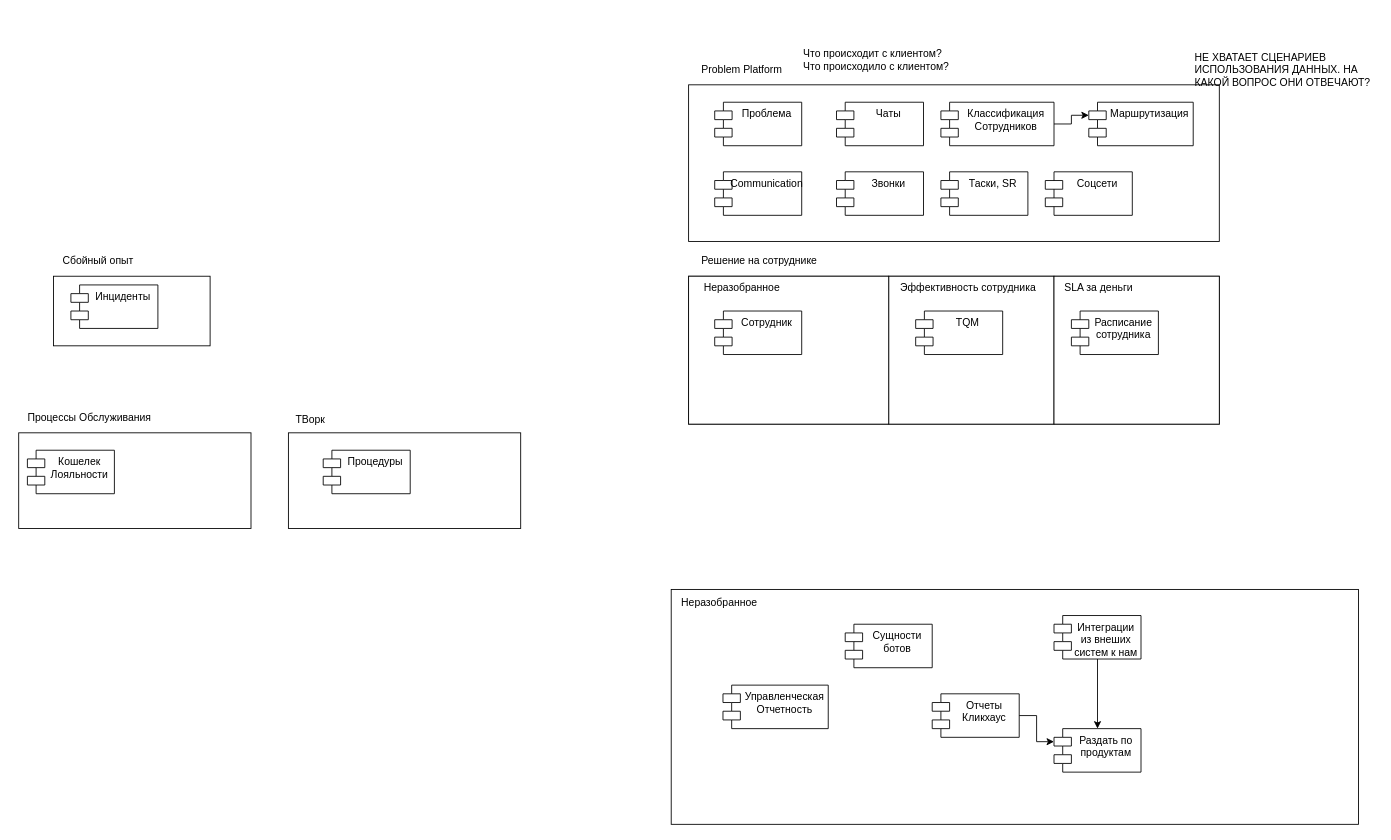
Earlier version of the draw.io diagram page "Page-4" (4 of 4) of common.drawio (alexAkselrod/uml). Source tidied: cells renumbered, new cells numbered last; positions are measured from the earlier drawing's top-left corner, leaving out a move shared by most shapes. Both pictures are drawn from the tidied source at 87%, with x=0, y=0 at pixel (15, 41).
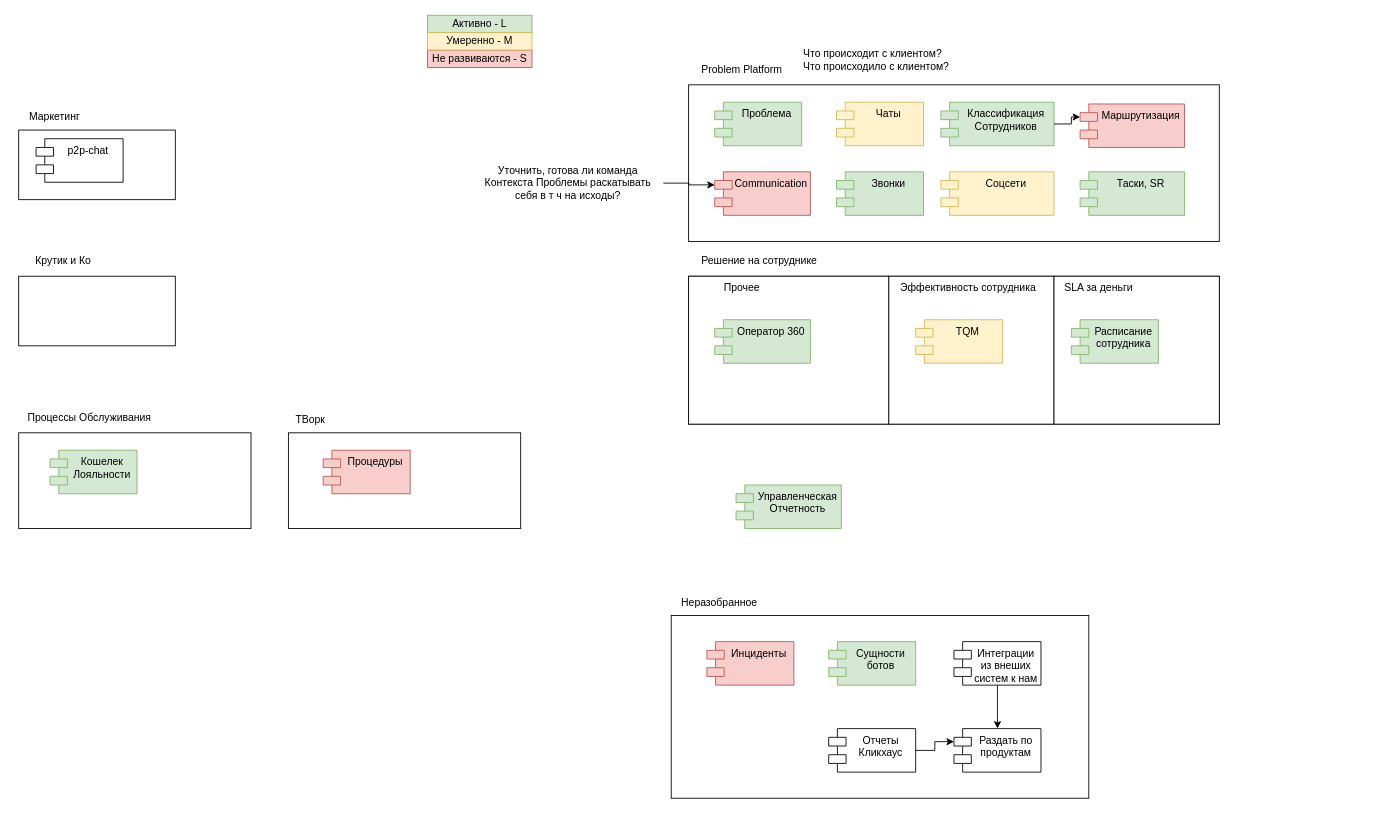
Above is the later version.

Diff of the diagram source:
```diff
@@
     <mxCell id="7" style="rounded=0;whiteSpace=wrap;html=1;" parent="1" vertex="1">
-      <mxGeometry x="44" y="270" width="180" height="80" as="geometry" />
+      <mxGeometry x="4" y="270" width="180" height="80" as="geometry" />
     </mxCell>
@@
     <mxCell id="9" style="rounded=0;whiteSpace=wrap;html=1;" parent="1" vertex="1">
-      <mxGeometry x="754" y="630" width="790" height="270" as="geometry" />
+      <mxGeometry x="754" y="660" width="480" height="210" as="geometry" />
     </mxCell>
-    <mxCell id="10" value="&lt;div&gt;Звонки&lt;/div&gt;" style="shape=module;align=left;spacingLeft=20;align=center;verticalAlign=top;whiteSpace=wrap;html=1;" parent="1" vertex="1">
+    <mxCell id="10" value="&lt;div&gt;Звонки&lt;/div&gt;" style="shape=module;align=left;spacingLeft=20;align=center;verticalAlign=top;whiteSpace=wrap;html=1;fillColor=#d5e8d4;strokeColor=#82b366;" parent="1" vertex="1">
       <mxGeometry x="944" y="150" width="100" height="50" as="geometry" />
     </mxCell>
-    <mxCell id="11" value="Чаты" style="shape=module;align=left;spacingLeft=20;align=center;verticalAlign=top;whiteSpace=wrap;html=1;" parent="1" vertex="1">
+    <mxCell id="11" value="Чаты" style="shape=module;align=left;spacingLeft=20;align=center;verticalAlign=top;whiteSpace=wrap;html=1;fillColor=#fff2cc;strokeColor=#d6b656;" parent="1" vertex="1">
       <mxGeometry x="944" y="70" width="100" height="50" as="geometry" />
     </mxCell>
-    <mxCell id="12" value="Таски, SR" style="shape=module;align=left;spacingLeft=20;align=center;verticalAlign=top;whiteSpace=wrap;html=1;" parent="1" vertex="1">
-      <mxGeometry x="1064" y="150" width="100" height="50" as="geometry" />
+    <mxCell id="12" value="Таски, SR" style="shape=module;align=left;spacingLeft=20;align=center;verticalAlign=top;whiteSpace=wrap;html=1;fillColor=#d5e8d4;strokeColor=#82b366;" parent="1" vertex="1">
+      <mxGeometry x="1224" y="150" width="120" height="50" as="geometry" />
     </mxCell>
-    <mxCell id="13" value="Communication" style="shape=module;align=left;spacingLeft=20;align=center;verticalAlign=top;whiteSpace=wrap;html=1;" parent="1" vertex="1">
-      <mxGeometry x="804" y="150" width="100" height="50" as="geometry" />
+    <mxCell id="13" value="Communication" style="shape=module;align=left;spacingLeft=20;align=center;verticalAlign=top;whiteSpace=wrap;html=1;fillColor=#f8cecc;strokeColor=#b85450;" parent="1" vertex="1">
+      <mxGeometry x="804" y="150" width="110" height="50" as="geometry" />
     </mxCell>
-    <mxCell id="14" value="Проблема" style="shape=module;align=left;spacingLeft=20;align=center;verticalAlign=top;whiteSpace=wrap;html=1;" parent="1" vertex="1">
+    <mxCell id="14" value="Проблема" style="shape=module;align=left;spacingLeft=20;align=center;verticalAlign=top;whiteSpace=wrap;html=1;fillColor=#d5e8d4;strokeColor=#82b366;" parent="1" vertex="1">
       <mxGeometry x="804" y="70" width="100" height="50" as="geometry" />
     </mxCell>
-    <mxCell id="15" value="Процедуры" style="shape=module;align=left;spacingLeft=20;align=center;verticalAlign=top;whiteSpace=wrap;html=1;" parent="1" vertex="1">
+    <mxCell id="15" value="Процедуры" style="shape=module;align=left;spacingLeft=20;align=center;verticalAlign=top;whiteSpace=wrap;html=1;fillColor=#f8cecc;strokeColor=#b85450;" parent="1" vertex="1">
       <mxGeometry x="354" y="470" width="100" height="50" as="geometry" />
     </mxCell>
-    <mxCell id="16" value="Соцсети" style="shape=module;align=left;spacingLeft=20;align=center;verticalAlign=top;whiteSpace=wrap;html=1;" parent="1" vertex="1">
-      <mxGeometry x="1184" y="150" width="100" height="50" as="geometry" />
+    <mxCell id="16" value="Соцсети" style="shape=module;align=left;spacingLeft=20;align=center;verticalAlign=top;whiteSpace=wrap;html=1;fillColor=#fff2cc;strokeColor=#d6b656;" parent="1" vertex="1">
+      <mxGeometry x="1064" y="150" width="130" height="50" as="geometry" />
     </mxCell>
-    <mxCell id="17" value="TQM" style="shape=module;align=left;spacingLeft=20;align=center;verticalAlign=top;whiteSpace=wrap;html=1;" parent="1" vertex="1">
-      <mxGeometry x="1035" y="310" width="100" height="50" as="geometry" />
+    <mxCell id="17" value="TQM" style="shape=module;align=left;spacingLeft=20;align=center;verticalAlign=top;whiteSpace=wrap;html=1;fillColor=#fff2cc;strokeColor=#d6b656;" parent="1" vertex="1">
+      <mxGeometry x="1035" y="320" width="100" height="50" as="geometry" />
     </mxCell>
-    <mxCell id="18" value="Расписание сотрудника" style="shape=module;align=left;spacingLeft=20;align=center;verticalAlign=top;whiteSpace=wrap;html=1;" parent="1" vertex="1">
-      <mxGeometry x="1214" y="310" width="100" height="50" as="geometry" />
+    <mxCell id="18" value="Расписание сотрудника" style="shape=module;align=left;spacingLeft=20;align=center;verticalAlign=top;whiteSpace=wrap;html=1;fillColor=#d5e8d4;strokeColor=#82b366;" parent="1" vertex="1">
+      <mxGeometry x="1214" y="320" width="100" height="50" as="geometry" />
     </mxCell>
-    <mxCell id="19" value="Инциденты" style="shape=module;align=left;spacingLeft=20;align=center;verticalAlign=top;whiteSpace=wrap;html=1;" parent="1" vertex="1">
-      <mxGeometry x="64" y="280" width="100" height="50" as="geometry" />
+    <mxCell id="19" value="Инциденты" style="shape=module;align=left;spacingLeft=20;align=center;verticalAlign=top;whiteSpace=wrap;html=1;fillColor=#f8cecc;strokeColor=#b85450;" parent="1" vertex="1">
+      <mxGeometry x="795" y="690" width="100" height="50" as="geometry" />
     </mxCell>
-    <mxCell id="20" value="Кошелек Лояльности" style="shape=module;align=left;spacingLeft=20;align=center;verticalAlign=top;whiteSpace=wrap;html=1;" parent="1" vertex="1">
-      <mxGeometry x="14" y="470" width="100" height="50" as="geometry" />
+    <mxCell id="20" value="Кошелек Лояльности" style="shape=module;align=left;spacingLeft=20;align=center;verticalAlign=top;whiteSpace=wrap;html=1;fillColor=#d5e8d4;strokeColor=#82b366;" parent="1" vertex="1">
+      <mxGeometry x="40" y="470" width="100" height="50" as="geometry" />
     </mxCell>
-    <mxCell id="21" value="Маршрутизация" style="shape=module;align=left;spacingLeft=20;align=center;verticalAlign=top;whiteSpace=wrap;html=1;" parent="1" vertex="1">
-      <mxGeometry x="1234" y="70" width="120" height="50" as="geometry" />
+    <mxCell id="21" value="Маршрутизация" style="shape=module;align=left;spacingLeft=20;align=center;verticalAlign=top;whiteSpace=wrap;html=1;fillColor=#f8cecc;strokeColor=#b85450;" parent="1" vertex="1">
+      <mxGeometry x="1224" y="72" width="120" height="50" as="geometry" />
     </mxCell>
     <mxCell id="22" value="Отчеты Кликхаус" style="shape=module;align=left;spacingLeft=20;align=center;verticalAlign=top;whiteSpace=wrap;html=1;" parent="1" vertex="1">
-      <mxGeometry x="1054" y="750" width="100" height="50" as="geometry" />
+      <mxGeometry x="935" y="790" width="100" height="50" as="geometry" />
     </mxCell>
@@
     <mxCell id="24" value="Интеграции из внеших систем к нам" style="shape=module;align=left;spacingLeft=20;align=center;verticalAlign=top;whiteSpace=wrap;html=1;" parent="1" vertex="1">
-      <mxGeometry x="1194" y="660" width="100" height="50" as="geometry" />
+      <mxGeometry x="1079" y="690" width="100" height="50" as="geometry" />
     </mxCell>
     <mxCell id="25" value="Раздать по продуктам" style="shape=module;align=left;spacingLeft=20;align=center;verticalAlign=top;whiteSpace=wrap;html=1;" parent="1" vertex="1">
-      <mxGeometry x="1194" y="790" width="100" height="50" as="geometry" />
+      <mxGeometry x="1079" y="790" width="100" height="50" as="geometry" />
     </mxCell>
-    <mxCell id="26" value="Сущности ботов" style="shape=module;align=left;spacingLeft=20;align=center;verticalAlign=top;whiteSpace=wrap;html=1;" parent="1" vertex="1">
-      <mxGeometry x="954" y="670" width="100" height="50" as="geometry" />
+    <mxCell id="26" value="Сущности ботов" style="shape=module;align=left;spacingLeft=20;align=center;verticalAlign=top;whiteSpace=wrap;html=1;fillColor=#d5e8d4;strokeColor=#82b366;" parent="1" vertex="1">
+      <mxGeometry x="935" y="690" width="100" height="50" as="geometry" />
     </mxCell>
-    <mxCell id="27" value="Управленческая Отчетность" style="shape=module;align=left;spacingLeft=20;align=center;verticalAlign=top;whiteSpace=wrap;html=1;" parent="1" vertex="1">
-      <mxGeometry x="813.5" y="740" width="121" height="50" as="geometry" />
+    <mxCell id="27" value="Управленческая Отчетность" style="shape=module;align=left;spacingLeft=20;align=center;verticalAlign=top;whiteSpace=wrap;html=1;fillColor=#d5e8d4;strokeColor=#82b366;" parent="1" vertex="1">
+      <mxGeometry x="828.5" y="510" width="121" height="50" as="geometry" />
     </mxCell>
@@
-    <mxCell id="31" value="НЕ ХВАТАЕТ СЦЕНАРИЕВ ИСПОЛЬЗОВАНИЯ ДАННЫХ. НА КАКОЙ ВОПРОС ОНИ ОТВЕЧАЮТ?" style="text;html=1;align=left;verticalAlign=middle;whiteSpace=wrap;rounded=0;" parent="1" vertex="1">
-      <mxGeometry x="1354" width="211" height="65" as="geometry" />
-    </mxCell>
@@
-    <mxCell id="33" value="Классификация Сотрудников" style="shape=module;align=left;spacingLeft=20;align=center;verticalAlign=top;whiteSpace=wrap;html=1;" parent="1" vertex="1">
+    <mxCell id="33" value="Классификация Сотрудников" style="shape=module;align=left;spacingLeft=20;align=center;verticalAlign=top;whiteSpace=wrap;html=1;fillColor=#d5e8d4;strokeColor=#82b366;" parent="1" vertex="1">
       <mxGeometry x="1064" y="70" width="130" height="50" as="geometry" />
     </mxCell>
-    <mxCell id="34" value="Сбойный опыт" style="text;html=1;align=center;verticalAlign=middle;strokeColor=none;fillColor=none;" parent="1" vertex="1">
-      <mxGeometry x="40" y="238" width="110" height="30" as="geometry" />
+    <mxCell id="34" value="Крутик и Ко" style="text;html=1;align=center;verticalAlign=middle;strokeColor=none;fillColor=none;" parent="1" vertex="1">
+      <mxGeometry x="10" y="238" width="90" height="30" as="geometry" />
     </mxCell>
@@
-    <mxCell id="42" value="Неразобранное" style="text;html=1;align=center;verticalAlign=middle;strokeColor=none;fillColor=none;" parent="1" vertex="1">
-      <mxGeometry x="780" y="268" width="110" height="30" as="geometry" />
+    <mxCell id="42" value="Прочее" style="text;html=1;align=center;verticalAlign=middle;strokeColor=none;fillColor=none;" parent="1" vertex="1">
+      <mxGeometry x="800" y="268" width="70" height="30" as="geometry" />
     </mxCell>
-    <mxCell id="43" value="Сотрудник" style="shape=module;align=left;spacingLeft=20;align=center;verticalAlign=top;whiteSpace=wrap;html=1;" parent="1" vertex="1">
-      <mxGeometry x="804" y="310" width="100" height="50" as="geometry" />
+    <mxCell id="43" value="Оператор 360" style="shape=module;align=left;spacingLeft=20;align=center;verticalAlign=top;whiteSpace=wrap;html=1;fillColor=#d5e8d4;strokeColor=#82b366;" parent="1" vertex="1">
+      <mxGeometry x="804" y="320" width="110" height="50" as="geometry" />
     </mxCell>
+    <mxCell id="44" value="Уточнить, готова ли команда&lt;br&gt;Контекста Проблемы раскатывать&lt;br&gt;себя в т ч на исходы?" style="text;html=1;align=center;verticalAlign=middle;points=[];strokeColor=none;fillColor=none;" parent="1" vertex="1">
+      <mxGeometry x="525" y="133" width="220" height="60" as="geometry" />
+    </mxCell>
+    <mxCell id="45" style="edgeStyle=orthogonalEdgeStyle;rounded=0;jettySize=auto;html=1;entryX=0;entryY=0;entryDx=0;entryDy=15;entryPerimeter=0;" parent="1" edge="1" source="44" target="13">
+      <mxGeometry relative="1" as="geometry" />
+    </mxCell>
+    <mxCell id="46" style="rounded=0;whiteSpace=wrap;html=1;" parent="1" vertex="1">
+      <mxGeometry x="4" y="102" width="180" height="80" as="geometry" />
+    </mxCell>
+    <mxCell id="47" value="p2p-chat" style="shape=module;align=left;spacingLeft=20;align=center;verticalAlign=top;whiteSpace=wrap;html=1;" parent="1" vertex="1">
+      <mxGeometry x="24" y="112" width="100" height="50" as="geometry" />
+    </mxCell>
+    <mxCell id="48" value="Маркетинг" style="text;html=1;align=center;verticalAlign=middle;strokeColor=none;fillColor=none;" parent="1" vertex="1">
+      <mxGeometry x="5" y="72" width="80" height="30" as="geometry" />
+    </mxCell>
+    <mxCell id="49" style="group;" parent="1" vertex="1">
+      <mxGeometry x="474" y="-30" width="120" height="60" as="geometry" />
+    </mxCell>
+    <mxCell id="50" value="Активно - L" style="rounded=0;whiteSpace=wrap;html=1;fillColor=#d5e8d4;strokeColor=#82b366;" parent="49" vertex="1">
+      <mxGeometry width="120" height="20" as="geometry" />
+    </mxCell>
+    <mxCell id="51" value="Не развиваются - S" style="rounded=0;whiteSpace=wrap;html=1;fillColor=#f8cecc;strokeColor=#b85450;" parent="49" vertex="1">
+      <mxGeometry y="40" width="120" height="20" as="geometry" />
+    </mxCell>
+    <mxCell id="52" value="Умеренно - M" style="rounded=0;whiteSpace=wrap;html=1;fillColor=#fff2cc;strokeColor=#d6b656;" parent="49" vertex="1">
+      <mxGeometry y="20" width="120" height="20" as="geometry" />
+    </mxCell>
```
